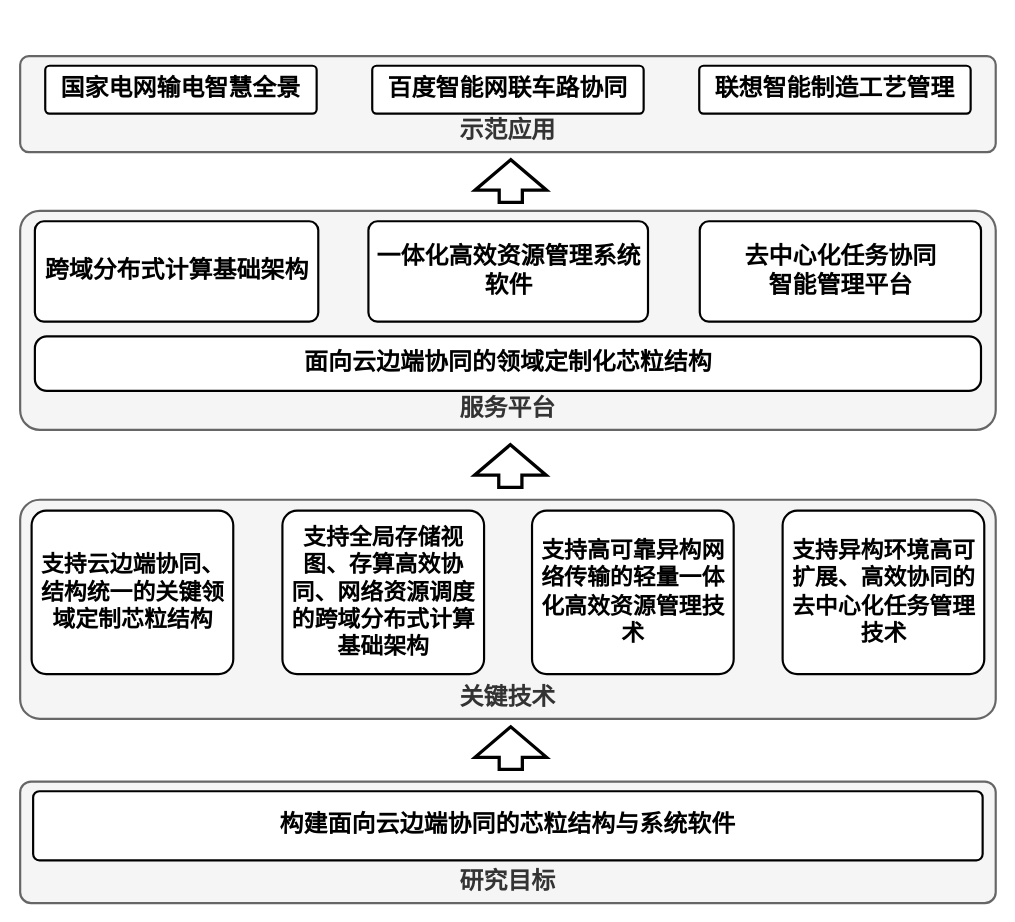
Before: 云边端预申报书.drawio in wangjq4214/draw.io, a draw.io diagram. Source tidied: cells renumbered, new cells numbered last; positions are measured from the earlier drawing's top-left corner, leaving out a move shared by most shapes. Both pictures are drawn from the tidied source at 109%, with x=0, y=0 at pixel (20, 56).
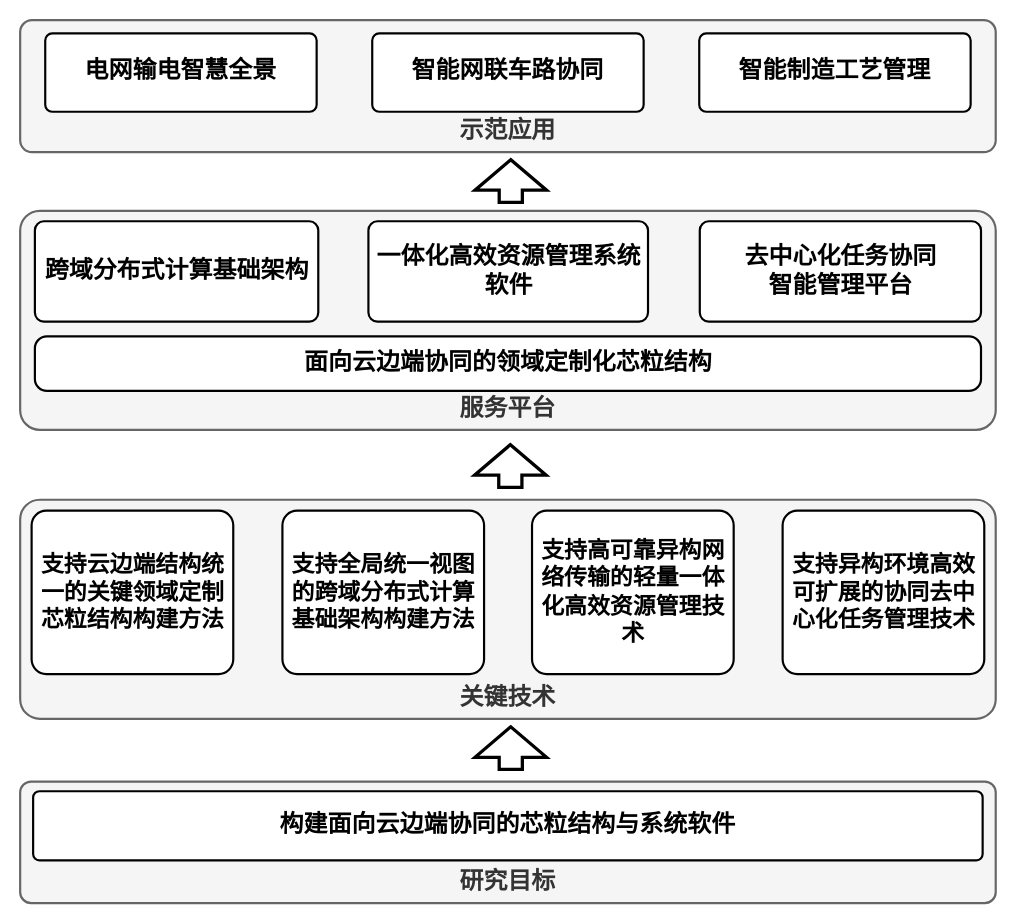
The same diagram, later.

Commit message:
更新云边端预申报书.drawio

Unchanged cells that the change refers to:
```xml
<mxCell id="10" style="group;" parent="8" vertex="1">
  <mxGeometry x="10.5" y="10" width="874" height="149.9" as="geometry" />
</mxCell>
```

What changed in the source:
```diff
@@
-    <mxCell id="11" value="支持云边端协同、结构统一的关键领域定制芯粒结构" style="rounded=1;whiteSpace=wrap;html=1;shadow=0;strokeWidth=2;fontSize=21;verticalAlign=middle;fontStyle=1;spacingBottom=2;arcSize=9;" parent="10" vertex="1">
+    <mxCell id="11" value="支持云边端结构统一的关键领域定制芯粒结构构建方法" style="rounded=1;whiteSpace=wrap;html=1;shadow=0;strokeWidth=2;fontSize=21;verticalAlign=middle;fontStyle=1;spacingBottom=2;arcSize=9;" parent="10" vertex="1">
       <mxGeometry width="185" height="149.9" as="geometry" />
     </mxCell>
-    <mxCell id="12" value="支持全局存储视图、存算高效协同、网络资源调度的跨域分布式计算基础架构" style="rounded=1;whiteSpace=wrap;html=1;shadow=0;strokeWidth=2;fontSize=21;verticalAlign=middle;fontStyle=1;spacingBottom=2;arcSize=9;" parent="10" vertex="1">
+    <mxCell id="12" value="支持全局统一视图的跨域分布式计算基础架构构建方法" style="rounded=1;whiteSpace=wrap;html=1;shadow=0;strokeWidth=2;fontSize=21;verticalAlign=middle;fontStyle=1;spacingBottom=2;arcSize=9;" parent="10" vertex="1">
       <mxGeometry x="230.1" width="185" height="149.9" as="geometry" />
     </mxCell>
@@
-    <mxCell id="14" value="支持异构环境高可扩展、高效协同的去中心化任务管理技术" style="rounded=1;whiteSpace=wrap;html=1;shadow=0;strokeWidth=2;fontSize=21;verticalAlign=middle;fontStyle=1;spacingBottom=2;arcSize=9;" parent="10" vertex="1">
+    <mxCell id="14" value="支持异构环境高效可扩展的协同去中心化任务管理技术" style="rounded=1;whiteSpace=wrap;html=1;shadow=0;strokeWidth=2;fontSize=21;verticalAlign=middle;fontStyle=1;spacingBottom=2;arcSize=9;" parent="10" vertex="1">
       <mxGeometry x="689" width="185" height="149.9" as="geometry" />
     </mxCell>
@@
     <mxCell id="22" style="group;" parent="1" vertex="1">
-      <mxGeometry width="895" height="88.1" as="geometry" />
+      <mxGeometry y="-33" width="895" height="121" as="geometry" />
     </mxCell>
     <mxCell id="23" value="示范应用" style="rounded=1;whiteSpace=wrap;html=1;shadow=0;strokeWidth=2;fontSize=22;verticalAlign=bottom;fontStyle=1;spacingBottom=2;arcSize=9;align=center;spacing=4;fillColor=#f5f5f5;fontColor=#333333;strokeColor=#666666;" parent="22" vertex="1">
-      <mxGeometry width="895" height="88.1" as="geometry" />
+      <mxGeometry width="895" height="121.1" as="geometry" />
     </mxCell>
     <mxCell id="24" style="group;" parent="22" vertex="1">
-      <mxGeometry x="23" y="8.8" width="849" height="44" as="geometry" />
+      <mxGeometry x="23" y="12.1" width="849" height="71.9" as="geometry" />
     </mxCell>
-    <mxCell id="25" value="百度智能网联车路协同" style="rounded=1;whiteSpace=wrap;html=1;shadow=0;strokeWidth=2;fontSize=22;verticalAlign=middle;fontStyle=1;spacingBottom=2;arcSize=9;align=center;spacing=4;flipH=1;" parent="24" vertex="1">
-      <mxGeometry x="300" width="249" height="44" as="geometry" />
+    <mxCell id="25" value="智能网联车路协同" style="rounded=1;whiteSpace=wrap;html=1;shadow=0;strokeWidth=2;fontSize=22;verticalAlign=middle;fontStyle=1;spacingBottom=2;arcSize=9;align=center;spacing=4;flipH=1;" parent="24" vertex="1">
+      <mxGeometry x="300" width="249" height="71.9" as="geometry" />
     </mxCell>
-    <mxCell id="26" value="国家电网输电智慧全景" style="rounded=1;whiteSpace=wrap;html=1;shadow=0;strokeWidth=2;fontSize=22;verticalAlign=middle;fontStyle=1;spacingBottom=2;arcSize=9;align=center;spacing=4;flipH=1;" parent="24" vertex="1">
-      <mxGeometry width="249" height="44" as="geometry" />
+    <mxCell id="26" value="电网输电智慧全景" style="rounded=1;whiteSpace=wrap;html=1;shadow=0;strokeWidth=2;fontSize=22;verticalAlign=middle;fontStyle=1;spacingBottom=2;arcSize=9;align=center;spacing=4;flipH=1;" parent="24" vertex="1">
+      <mxGeometry width="249" height="71.9" as="geometry" />
     </mxCell>
-    <mxCell id="27" value="联想智能制造工艺管理" style="rounded=1;whiteSpace=wrap;html=1;shadow=0;strokeWidth=2;fontSize=22;verticalAlign=middle;fontStyle=1;spacingBottom=2;arcSize=9;align=center;spacing=4;flipH=1;" parent="24" vertex="1">
-      <mxGeometry x="600" width="249" height="44" as="geometry" />
+    <mxCell id="27" value="智能制造工艺管理" style="rounded=1;whiteSpace=wrap;html=1;shadow=0;strokeWidth=2;fontSize=22;verticalAlign=middle;fontStyle=1;spacingBottom=2;arcSize=9;align=center;spacing=4;flipH=1;" parent="24" vertex="1">
+      <mxGeometry x="600" width="249" height="71.9" as="geometry" />
     </mxCell>
```
